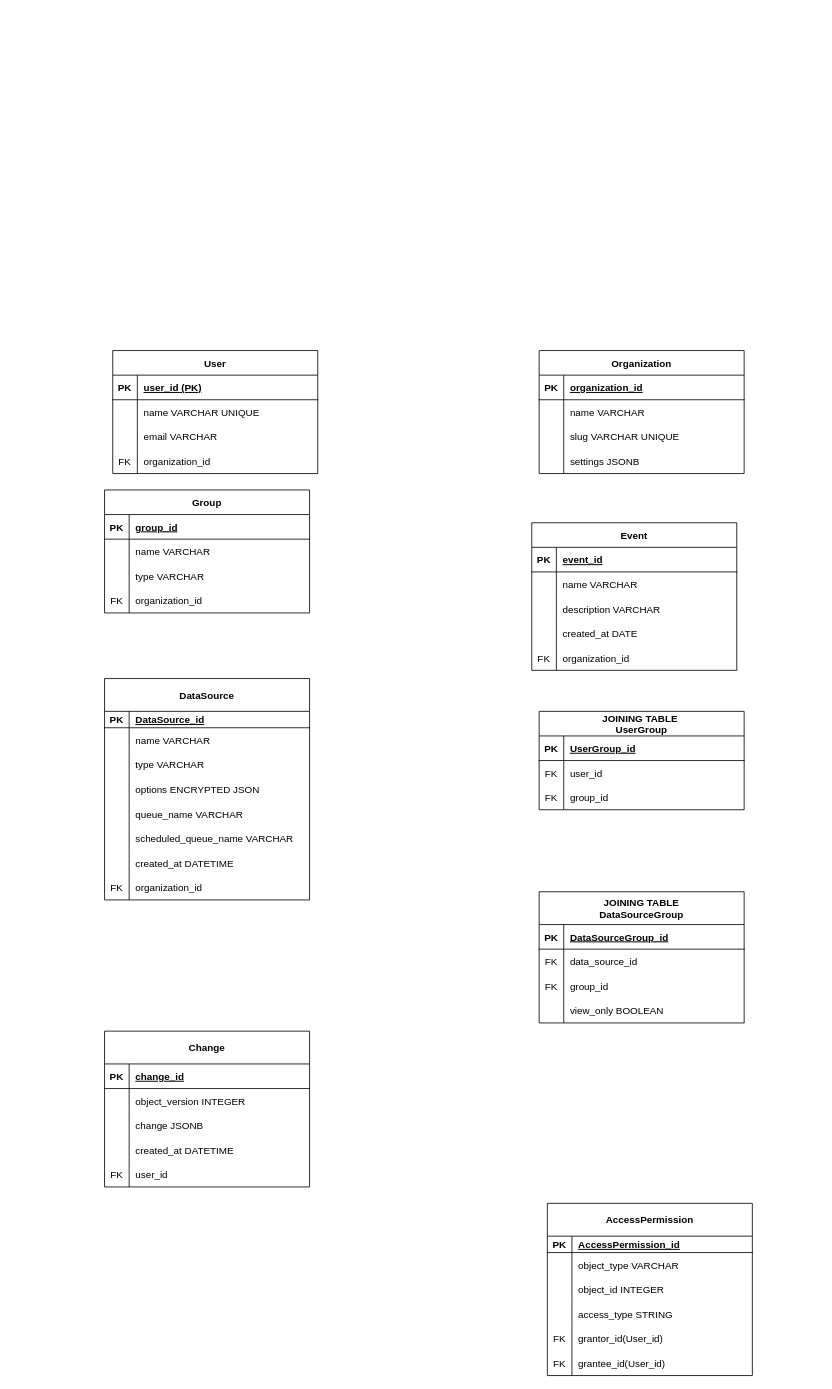
This is Database.drawio from danilo90lan/API_WebServer_Ripe_tomato, a draw.io file, before an edit. Source tidied: cells renumbered, new cells numbered last; positions are measured from the earlier drawing's top-left corner, leaving out a move shared by most shapes. Both pictures are drawn from the tidied source at 82%, with x=0, y=0 at pixel (104, 350).
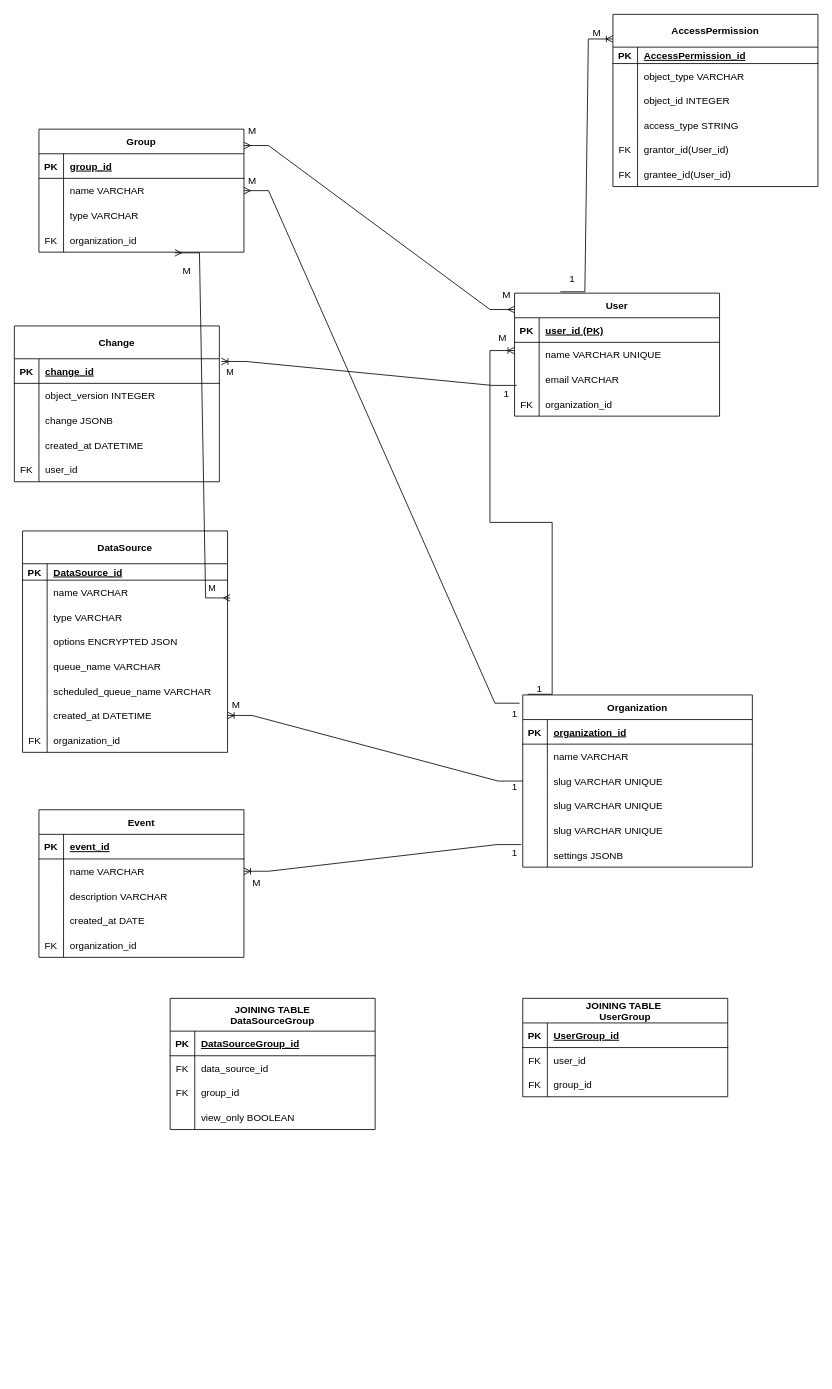
After the change.

The change refers to these unchanged cells:
```xml
<mxCell id="19" style="shape=partialRectangle;fillColor=none;points=[[0,0.5],[1,0.5]];portConstraint=eastwest;top=0;left=0;right=0;bottom=0;" parent="15" vertex="1">
  <mxGeometry y="60" width="250" height="30" as="geometry" />
</mxCell>
<mxCell id="25" style="shape=partialRectangle;fillColor=none;points=[[0,0.5],[1,0.5]];portConstraint=eastwest;top=0;left=0;right=0;bottom=0;" parent="15" vertex="1">
  <mxGeometry y="120" width="250" height="30" as="geometry" />
</mxCell>
<mxCell id="32" style="shape=partialRectangle;fillColor=none;points=[[0,0.5],[1,0.5]];portConstraint=eastwest;top=0;left=0;right=0;bottom=0;" parent="28" vertex="1">
  <mxGeometry y="60" width="250" height="30" as="geometry" />
</mxCell>
<mxCell id="47" style="shape=partialRectangle;fillColor=none;points=[[0,0.5],[1,0.5]];portConstraint=eastwest;top=0;left=0;right=0;bottom=0;" parent="28" vertex="1">
  <mxGeometry y="210" width="250" height="30" as="geometry" />
</mxCell>
<mxCell id="57" style="shape=partialRectangle;fillColor=none;points=[[0,0.5],[1,0.5]];portConstraint=eastwest;top=0;left=0;right=0;bottom=0;" parent="53" vertex="1">
  <mxGeometry y="60" width="250" height="30" as="geometry" />
</mxCell>
<mxCell id="89" style="shape=partialRectangle;fillColor=none;points=[[0,0.5],[1,0.5]];portConstraint=eastwest;top=0;left=0;right=0;bottom=0;" parent="82" vertex="1">
  <mxGeometry y="90" width="250" height="30" as="geometry" />
</mxCell>
<mxCell id="125" style="shape=partialRectangle;fillColor=none;points=[[0,0.5],[1,0.5]];portConstraint=eastwest;top=0;left=0;right=0;bottom=1;" parent="124" vertex="1">
  <mxGeometry y="40" width="250" height="30" as="geometry" />
</mxCell>
```

Change to the diagram source:
```diff
@@
     <mxCell id="2" value="Organization" style="shape=table;startSize=30;childLayout=tableLayout;rowLines=0;fontStyle=1;align=center;" parent="1" vertex="1">
-      <mxGeometry x="530" width="250" height="150" as="geometry" />
+      <mxGeometry x="510" y="420" width="280" height="210" as="geometry" />
     </mxCell>
     <mxCell id="3" style="shape=partialRectangle;fillColor=none;top=0;left=0;right=0;bottom=1;" parent="2" vertex="1">
-      <mxGeometry y="30" width="250" height="30" as="geometry" />
+      <mxGeometry y="30" width="280" height="30" as="geometry" />
     </mxCell>
@@
     <mxCell id="5" value="organization_id" style="shape=partialRectangle;overflow=hidden;fillColor=none;top=0;left=0;bottom=0;right=0;align=left;spacingLeft=6;fontStyle=5;" parent="3" vertex="1">
-      <mxGeometry x="30" width="220" height="30" as="geometry" />
+      <mxGeometry x="30" width="250" height="30" as="geometry" />
     </mxCell>
     <mxCell id="6" style="shape=partialRectangle;fillColor=none;top=0;left=0;right=0;bottom=0;" parent="2" vertex="1">
-      <mxGeometry y="60" width="250" height="30" as="geometry" />
+      <mxGeometry y="60" width="280" height="30" as="geometry" />
     </mxCell>
@@
     <mxCell id="8" value="name VARCHAR" style="shape=partialRectangle;overflow=hidden;fillColor=none;top=0;left=0;bottom=0;right=0;align=left;spacingLeft=6;" parent="6" vertex="1">
-      <mxGeometry x="30" width="220" height="30" as="geometry" />
+      <mxGeometry x="30" width="250" height="30" as="geometry" />
     </mxCell>
+    <mxCell id="140" style="shape=partialRectangle;fillColor=none;points=[[0,0.5],[1,0.5]];portConstraint=eastwest;top=0;left=0;right=0;bottom=0;" parent="2" vertex="1">
+      <mxGeometry y="90" width="280" height="30" as="geometry" />
+    </mxCell>
+    <mxCell id="141" style="shape=partialRectangle;overflow=hidden;fillColor=none;top=0;left=0;bottom=0;right=0;" parent="140" vertex="1">
+      <mxGeometry width="30" height="30" as="geometry" />
+    </mxCell>
+    <mxCell id="142" value="slug VARCHAR UNIQUE" style="shape=partialRectangle;overflow=hidden;fillColor=none;top=0;left=0;bottom=0;right=0;align=left;spacingLeft=6;" parent="140" vertex="1">
+      <mxGeometry x="30" width="250" height="30" as="geometry" />
+    </mxCell>
+    <mxCell id="143" style="shape=partialRectangle;fillColor=none;top=0;left=0;right=0;bottom=0;" parent="2" vertex="1">
+      <mxGeometry y="120" width="280" height="30" as="geometry" />
+    </mxCell>
+    <mxCell id="144" style="shape=partialRectangle;overflow=hidden;fillColor=none;top=0;left=0;bottom=0;right=0;" parent="143" vertex="1">
+      <mxGeometry width="30" height="30" as="geometry" />
+    </mxCell>
+    <mxCell id="145" value="slug VARCHAR UNIQUE" style="shape=partialRectangle;overflow=hidden;fillColor=none;top=0;left=0;bottom=0;right=0;align=left;spacingLeft=6;" parent="143" vertex="1">
+      <mxGeometry x="30" width="250" height="30" as="geometry" />
+    </mxCell>
     <mxCell id="9" style="shape=partialRectangle;fillColor=none;top=0;left=0;right=0;bottom=0;" parent="2" vertex="1">
-      <mxGeometry y="90" width="250" height="30" as="geometry" />
+      <mxGeometry y="150" width="280" height="30" as="geometry" />
     </mxCell>
@@
     <mxCell id="11" value="slug VARCHAR UNIQUE" style="shape=partialRectangle;overflow=hidden;fillColor=none;top=0;left=0;bottom=0;right=0;align=left;spacingLeft=6;" parent="9" vertex="1">
-      <mxGeometry x="30" width="220" height="30" as="geometry" />
+      <mxGeometry x="30" width="250" height="30" as="geometry" />
     </mxCell>
     <mxCell id="12" style="shape=partialRectangle;fillColor=none;points=[[0,0.5],[1,0.5]];portConstraint=eastwest;top=0;left=0;right=0;bottom=0;" parent="2" vertex="1">
-      <mxGeometry y="120" width="250" height="30" as="geometry" />
+      <mxGeometry y="180" width="280" height="30" as="geometry" />
     </mxCell>
@@
     <mxCell id="14" value="settings JSONB" style="shape=partialRectangle;overflow=hidden;fillColor=none;top=0;left=0;bottom=0;right=0;align=left;spacingLeft=6;" parent="12" vertex="1">
-      <mxGeometry x="30" width="220" height="30" as="geometry" />
+      <mxGeometry x="30" width="250" height="30" as="geometry" />
     </mxCell>
     <mxCell id="15" value="Group" style="shape=table;startSize=30;childLayout=tableLayout;rowLines=0;fontStyle=1;align=center;" parent="1" vertex="1">
-      <mxGeometry y="170" width="250" height="150" as="geometry" />
+      <mxGeometry x="-80" y="-270" width="250" height="150" as="geometry" />
     </mxCell>
@@
     <mxCell id="28" value="DataSource" style="shape=table;startSize=40;childLayout=tableLayout;rowLines=0;fontStyle=1;align=center;" parent="1" vertex="1">
-      <mxGeometry y="400" width="250" height="270" as="geometry" />
+      <mxGeometry x="-100" y="220" width="250" height="270" as="geometry" />
     </mxCell>
@@
     <mxCell id="53" value="Event" style="shape=table;startSize=30;childLayout=tableLayout;rowLines=0;fontStyle=1;align=center;" parent="1" vertex="1">
-      <mxGeometry x="521" y="210" width="250" height="180" as="geometry" />
+      <mxGeometry x="-80" y="560" width="250" height="180" as="geometry" />
     </mxCell>
@@
     <mxCell id="69" value="JOINING TABLE&#10;DataSourceGroup" style="shape=table;startSize=40;childLayout=tableLayout;rowLines=0;fontStyle=1;align=center;" parent="1" vertex="1">
-      <mxGeometry x="530" y="660" width="250" height="160" as="geometry" />
+      <mxGeometry x="80" y="790" width="250" height="160" as="geometry" />
     </mxCell>
@@
     <mxCell id="82" value="User" style="shape=table;startSize=30;childLayout=tableLayout;rowLines=0;fontStyle=1;align=center;swimlaneLine=1;rounded=0;" parent="1" vertex="1">
-      <mxGeometry x="10" width="250" height="150" as="geometry" />
+      <mxGeometry x="500" y="-70" width="250" height="150" as="geometry" />
     </mxCell>
@@
     <mxCell id="95" value="JOINING TABLE &#10;UserGroup" style="shape=table;startSize=30;childLayout=tableLayout;rowLines=0;fontStyle=1;align=center;" parent="1" vertex="1">
-      <mxGeometry x="530" y="440" width="250" height="120" as="geometry" />
+      <mxGeometry x="510" y="790" width="250" height="120" as="geometry" />
     </mxCell>
@@
     <mxCell id="105" value="AccessPermission" style="shape=table;startSize=40;childLayout=tableLayout;rowLines=0;fontStyle=1;align=center;" parent="1" vertex="1">
-      <mxGeometry x="540" y="1040" width="250" height="210" as="geometry" />
+      <mxGeometry x="620" y="-410" width="250" height="210" as="geometry" />
     </mxCell>
@@
     <mxCell id="124" value="Change" style="shape=table;startSize=40;childLayout=tableLayout;rowLines=0;fontStyle=1;align=center;" parent="1" vertex="1">
-      <mxGeometry y="830" width="250" height="190" as="geometry" />
+      <mxGeometry x="-110" y="-30" width="250" height="190" as="geometry" />
     </mxCell>
@@
+    <mxCell id="146" style="edgeStyle=entityRelationEdgeStyle;fontSize=12;html=1;endArrow=ERoneToMany;rounded=0;entryX=1;entryY=0.5;entryDx=0;entryDy=0;exitX=0;exitY=0.5;exitDx=0;exitDy=0;" parent="1" edge="1" source="140" target="47">
+      <mxGeometry relative="1" as="geometry">
+        <Array as="points">
+          <mxPoint x="570" y="520" />
+        </Array>
+      </mxGeometry>
+    </mxCell>
+    <mxCell id="147" style="edgeStyle=entityRelationEdgeStyle;fontSize=12;html=1;endArrow=ERmany;rounded=0;entryX=1;entryY=0.5;entryDx=0;entryDy=0;exitX=-0.014;exitY=0.048;exitDx=0;exitDy=0;exitPerimeter=0;" parent="1" edge="1" source="2" target="19">
+      <mxGeometry relative="1" as="geometry" />
+    </mxCell>
+    <mxCell id="148" style="edgeStyle=entityRelationEdgeStyle;fontSize=12;html=1;endArrow=ERmany;startArrow=ERmany;rounded=0;entryX=0.663;entryY=1.028;entryDx=0;entryDy=0;exitX=1.013;exitY=0.722;exitDx=0;exitDy=0;exitPerimeter=0;entryPerimeter=0;" parent="1" edge="1" source="32" target="25">
+      <mxGeometry relative="1" as="geometry" />
+    </mxCell>
+    <mxCell id="149" value="M" style="edgeLabel;html=1;align=center;verticalAlign=middle;" parent="148" vertex="1">
+      <mxGeometry x="-0.9" relative="1" as="geometry">
+        <mxPoint x="1" y="-12" as="offset" />
+      </mxGeometry>
+    </mxCell>
+    <mxCell id="150" style="edgeStyle=entityRelationEdgeStyle;fontSize=12;html=1;endArrow=ERoneToMany;rounded=0;exitX=0.01;exitY=0.75;exitDx=0;exitDy=0;exitPerimeter=0;entryX=1.01;entryY=0.111;entryDx=0;entryDy=0;entryPerimeter=0;" parent="1" edge="1" source="89" target="125">
+      <mxGeometry relative="1" as="geometry" />
+    </mxCell>
+    <mxCell id="151" value="M" style="edgeLabel;html=1;align=center;verticalAlign=middle;" parent="150" vertex="1">
+      <mxGeometry x="0.94" y="-1" relative="1" as="geometry">
+        <mxPoint y="13" as="offset" />
+      </mxGeometry>
+    </mxCell>
+    <mxCell id="152" style="edgeStyle=entityRelationEdgeStyle;fontSize=12;html=1;endArrow=ERmany;startArrow=ERmany;rounded=0;entryX=0;entryY=0.133;entryDx=0;entryDy=0;entryPerimeter=0;" parent="1" edge="1" target="82">
+      <mxGeometry relative="1" as="geometry">
+        <mxPoint x="170" y="-250" as="sourcePoint" />
+      </mxGeometry>
+    </mxCell>
+    <mxCell id="153" style="edgeStyle=entityRelationEdgeStyle;fontSize=12;html=1;endArrow=ERoneToMany;rounded=0;exitX=0.223;exitY=-0.011;exitDx=0;exitDy=0;exitPerimeter=0;entryX=0;entryY=0.143;entryDx=0;entryDy=0;entryPerimeter=0;" parent="1" edge="1" source="82" target="105">
+      <mxGeometry relative="1" as="geometry" />
+    </mxCell>
+    <mxCell id="154" style="edgeStyle=entityRelationEdgeStyle;fontSize=12;html=1;endArrow=ERoneToMany;rounded=0;exitX=0.021;exitY=-0.004;exitDx=0;exitDy=0;exitPerimeter=0;" parent="1" edge="1" source="2">
+      <mxGeometry relative="1" as="geometry">
+        <mxPoint x="500" as="targetPoint" />
+      </mxGeometry>
+    </mxCell>
+    <mxCell id="155" style="edgeStyle=entityRelationEdgeStyle;fontSize=12;html=1;endArrow=ERoneToMany;rounded=0;entryX=1;entryY=0.5;entryDx=0;entryDy=0;exitX=-0.006;exitY=0.083;exitDx=0;exitDy=0;exitPerimeter=0;" parent="1" edge="1" source="12" target="57">
+      <mxGeometry relative="1" as="geometry" />
+    </mxCell>
+    <mxCell id="156" value="M" style="text;html=1;align=center;verticalAlign=middle;strokeColor=none;fillColor=none;" parent="1" vertex="1">
+      <mxGeometry x="85" y="-112" width="30" height="30" as="geometry" />
+    </mxCell>
+    <mxCell id="157" value="1" style="text;html=1;align=center;verticalAlign=middle;strokeColor=none;fillColor=none;" parent="1" vertex="1">
+      <mxGeometry x="475" y="38" width="30" height="30" as="geometry" />
+    </mxCell>
+    <mxCell id="158" value="M" style="text;html=1;align=center;verticalAlign=middle;strokeColor=none;fillColor=none;" parent="1" vertex="1">
+      <mxGeometry x="470" y="-30" width="30" height="30" as="geometry" />
+    </mxCell>
+    <mxCell id="159" value="1" style="text;html=1;align=center;verticalAlign=middle;strokeColor=none;fillColor=none;" parent="1" vertex="1">
+      <mxGeometry x="515" y="398" width="30" height="30" as="geometry" />
+    </mxCell>
+    <mxCell id="160" value="1" style="text;html=1;align=center;verticalAlign=middle;strokeColor=none;fillColor=none;" parent="1" vertex="1">
+      <mxGeometry x="485" y="428" width="30" height="30" as="geometry" />
+    </mxCell>
+    <mxCell id="161" value="M" style="text;html=1;align=center;verticalAlign=middle;strokeColor=none;fillColor=none;" parent="1" vertex="1">
+      <mxGeometry x="145" y="418" width="30" height="30" as="geometry" />
+    </mxCell>
+    <mxCell id="162" value="1" style="text;html=1;align=center;verticalAlign=middle;strokeColor=none;fillColor=none;" parent="1" vertex="1">
+      <mxGeometry x="485" y="518" width="30" height="30" as="geometry" />
+    </mxCell>
+    <mxCell id="163" value="1" style="text;html=1;align=center;verticalAlign=middle;strokeColor=none;fillColor=none;" parent="1" vertex="1">
+      <mxGeometry x="485" y="598" width="30" height="30" as="geometry" />
+    </mxCell>
+    <mxCell id="164" value="M" style="text;html=1;align=center;verticalAlign=middle;strokeColor=none;fillColor=none;" parent="1" vertex="1">
+      <mxGeometry x="170" y="635" width="30" height="30" as="geometry" />
+    </mxCell>
+    <mxCell id="165" value="M" style="text;html=1;align=center;verticalAlign=middle;strokeColor=none;fillColor=none;" parent="1" vertex="1">
+      <mxGeometry x="585" y="-402" width="30" height="30" as="geometry" />
+    </mxCell>
+    <mxCell id="166" value="M" style="text;html=1;align=center;verticalAlign=middle;strokeColor=none;fillColor=none;" parent="1" vertex="1">
+      <mxGeometry x="165" y="-282" width="30" height="30" as="geometry" />
+    </mxCell>
+    <mxCell id="167" value="M" style="text;html=1;align=center;verticalAlign=middle;strokeColor=none;fillColor=none;" parent="1" vertex="1">
+      <mxGeometry x="165" y="-222" width="30" height="30" as="geometry" />
+    </mxCell>
+    <mxCell id="168" value="M" style="text;html=1;align=center;verticalAlign=middle;strokeColor=none;fillColor=none;" parent="1" vertex="1">
+      <mxGeometry x="475" y="-82" width="30" height="30" as="geometry" />
+    </mxCell>
+    <mxCell id="169" value="1" style="text;html=1;align=center;verticalAlign=middle;strokeColor=none;fillColor=none;" parent="1" vertex="1">
+      <mxGeometry x="555" y="-102" width="30" height="30" as="geometry" />
+    </mxCell>
```
